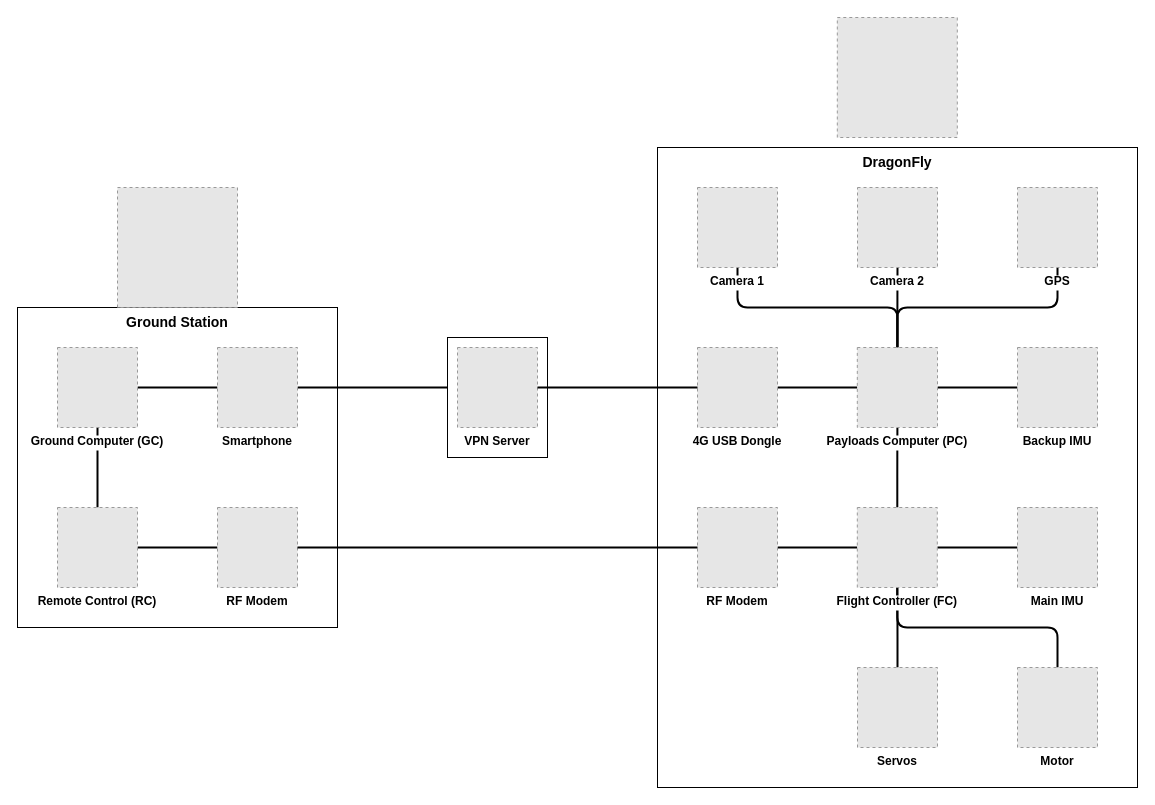
Above: docs_src/overview/system_architecture/overview.drawio in AntoineDiers/DragonFly (draw.io), before the change. Source tidied: cells renumbered, new cells numbered last; positions are measured from the earlier drawing's top-left corner, leaving out a move shared by most shapes. Both pictures are drawn from the tidied source at 100%, with x=0, y=0 at pixel (17, 17). Pictures stored in the file or linked from it are replaced by grey dashed boxes.
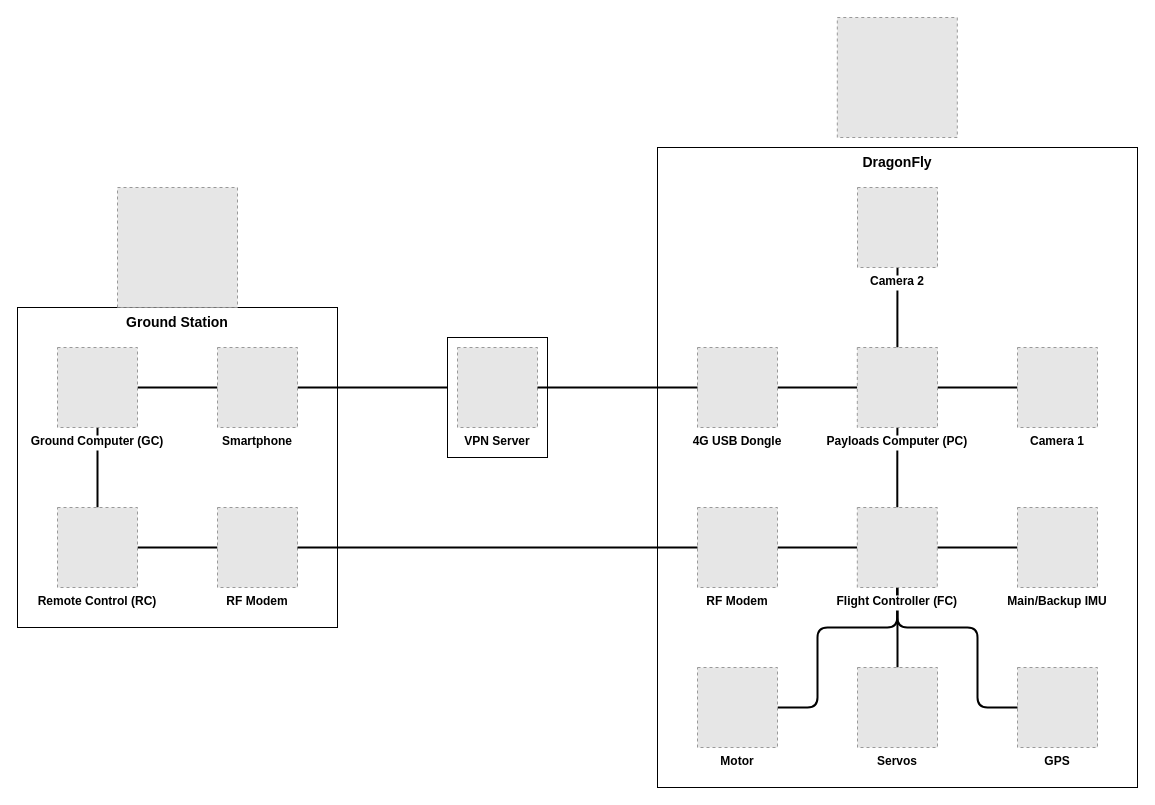
Above is the later version.

Unchanged cells that the change refers to:
```xml
<mxCell id="20" value="Payloads Computer (PC)" style="fillColor=#E6E6E6;strokeColor=#999999;dashed=1;verticalLabelPosition=bottom;labelBackgroundColor=default;verticalAlign=top;fontStyle=1;" parent="1" vertex="1">
  <mxGeometry x="839.8" y="330" width="80.2" height="80" as="geometry" />
</mxCell>
```

Change to the diagram source:
```diff
@@
-    <mxCell id="6" style="edgeStyle=orthogonalEdgeStyle;html=1;exitX=0.5;exitY=0;exitDx=0;exitDy=0;entryX=0.5;entryY=1;entryDx=0;entryDy=0;endArrow=none;endFill=0;fontStyle=1;strokeWidth=2;" parent="1" edge="1" source="20" target="26">
-      <mxGeometry relative="1" as="geometry" />
-    </mxCell>
@@
-    <mxCell id="10" style="edgeStyle=orthogonalEdgeStyle;html=1;exitX=0.5;exitY=0;exitDx=0;exitDy=0;entryX=0.5;entryY=1;entryDx=0;entryDy=0;endArrow=none;endFill=0;fontStyle=1;strokeWidth=2;" parent="1" edge="1" source="20" target="25">
-      <mxGeometry relative="1" as="geometry" />
-    </mxCell>
@@
-    <mxCell id="12" style="edgeStyle=orthogonalEdgeStyle;html=1;exitX=0;exitY=0.5;exitDx=0;exitDy=0;entryX=1;entryY=0.5;entryDx=0;entryDy=0;endArrow=none;endFill=0;fontStyle=1;strokeWidth=2;" parent="1" edge="1" source="22" target="20">
-      <mxGeometry relative="1" as="geometry" />
-    </mxCell>
@@
-    <mxCell id="17" style="edgeStyle=orthogonalEdgeStyle;html=1;exitX=0.5;exitY=0;exitDx=0;exitDy=0;entryX=0.5;entryY=1;entryDx=0;entryDy=0;endArrow=none;endFill=0;fontStyle=1;strokeWidth=2;" parent="1" edge="1" source="28" target="21">
-      <mxGeometry relative="1" as="geometry" />
+    <mxCell id="17" style="edgeStyle=orthogonalEdgeStyle;html=1;exitX=1;exitY=0.5;exitDx=0;exitDy=0;entryX=0.5;entryY=1;entryDx=0;entryDy=0;endArrow=none;endFill=0;fontStyle=1;strokeWidth=2;" parent="1" edge="1" source="28" target="21">
+      <mxGeometry relative="1" as="geometry">
+        <Array as="points">
+          <mxPoint x="800" y="690" />
+          <mxPoint x="800" y="610" />
+          <mxPoint x="880" y="610" />
+        </Array>
+      </mxGeometry>
     </mxCell>
@@
+    <mxCell id="10" style="edgeStyle=none;html=1;exitX=1;exitY=0.5;exitDx=0;exitDy=0;entryX=0;entryY=0.5;entryDx=0;entryDy=0;endArrow=none;endFill=0;strokeWidth=2;" parent="1" edge="1" source="20" target="25">
+      <mxGeometry relative="1" as="geometry" />
+    </mxCell>
@@
-    <mxCell id="21" value="Flight Controller (FC)" style="fillColor=#E6E6E6;strokeColor=#999999;dashed=1;verticalLabelPosition=bottom;labelBackgroundColor=default;verticalAlign=top;fontStyle=1;" parent="1" vertex="1">
-      <mxGeometry x="839.8" y="490" width="80" height="80" as="geometry" />
-    </mxCell>
-    <mxCell id="22" value="Backup IMU" style="fillColor=#E6E6E6;strokeColor=#999999;dashed=1;verticalLabelPosition=bottom;labelBackgroundColor=default;verticalAlign=top;fontStyle=1;" parent="1" vertex="1">
-      <mxGeometry x="1000" y="330" width="80" height="80" as="geometry" />
-    </mxCell>
-    <mxCell id="23" value="Main IMU" style="fillColor=#E6E6E6;strokeColor=#999999;dashed=1;verticalLabelPosition=bottom;labelBackgroundColor=default;verticalAlign=top;fontStyle=1;" parent="1" vertex="1">
+    <mxCell id="23" value="Main/Backup IMU" style="fillColor=#E6E6E6;strokeColor=#999999;dashed=1;verticalLabelPosition=bottom;labelBackgroundColor=default;verticalAlign=top;fontStyle=1;" parent="1" vertex="1">
       <mxGeometry x="1000" y="490" width="80" height="80" as="geometry" />
     </mxCell>
@@
     <mxCell id="25" value="Camera 1" style="fillColor=#E6E6E6;strokeColor=#999999;dashed=1;verticalLabelPosition=bottom;labelBackgroundColor=default;verticalAlign=top;fontStyle=1;" parent="1" vertex="1">
-      <mxGeometry x="680" y="170" width="80" height="80" as="geometry" />
+      <mxGeometry x="1000" y="330" width="80" height="80" as="geometry" />
     </mxCell>
     <mxCell id="26" value="GPS" style="fillColor=#E6E6E6;strokeColor=#999999;dashed=1;verticalLabelPosition=bottom;labelBackgroundColor=default;verticalAlign=top;fontStyle=1;" parent="1" vertex="1">
-      <mxGeometry x="1000" y="170" width="80" height="80" as="geometry" />
+      <mxGeometry x="1000" y="650" width="80" height="80" as="geometry" />
     </mxCell>
@@
     <mxCell id="28" value="Motor" style="fillColor=#E6E6E6;strokeColor=#999999;dashed=1;verticalLabelPosition=bottom;labelBackgroundColor=default;verticalAlign=top;fontStyle=1;" parent="1" vertex="1">
-      <mxGeometry x="1000" y="650" width="80" height="80" as="geometry" />
+      <mxGeometry x="680" y="650" width="80" height="80" as="geometry" />
     </mxCell>
@@
+    <mxCell id="39" style="edgeStyle=orthogonalEdgeStyle;html=1;exitX=0;exitY=0.5;exitDx=0;exitDy=0;entryX=0.5;entryY=1;entryDx=0;entryDy=0;endArrow=none;endFill=0;fontStyle=1;strokeWidth=2;" parent="1" edge="1" source="26" target="21">
+      <mxGeometry relative="1" as="geometry">
+        <Array as="points">
+          <mxPoint x="960" y="690" />
+          <mxPoint x="960" y="610" />
+          <mxPoint x="880" y="610" />
+        </Array>
+      </mxGeometry>
+    </mxCell>
+    <mxCell id="21" value="Flight Controller (FC)" style="fillColor=#E6E6E6;strokeColor=#999999;dashed=1;verticalLabelPosition=bottom;labelBackgroundColor=default;verticalAlign=top;fontStyle=1;" parent="1" vertex="1">
+      <mxGeometry x="839.8" y="490" width="80" height="80" as="geometry" />
+    </mxCell>
```
